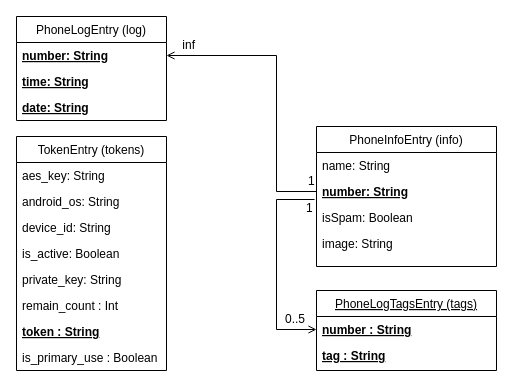
The draw.io diagram docs/db/db.drawio in kovinevmv/PhoneDetector, before the edit. Source tidied: cells renumbered, new cells numbered last; positions are measured from the earlier drawing's top-left corner, leaving out a move shared by most shapes. Both pictures are drawn from the tidied source at 100%, with x=0, y=0 at pixel (-84, -30).
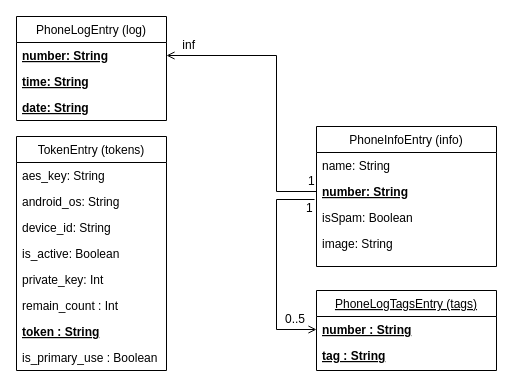
Above is the later version.

Commit message (it also covers changes not shown here):
fix: type of primary key

- Изменен тип primary key с String на Int

Diff of the diagram source:
```diff
@@
-    <mxCell id="25" value="private_key: String" style="text;align=left;verticalAlign=top;spacingLeft=4;spacingRight=4;overflow=hidden;rounded=0;shadow=0;html=0;" parent="1" vertex="1">
+    <mxCell id="25" value="private_key: Int" style="text;align=left;verticalAlign=top;spacingLeft=4;spacingRight=4;overflow=hidden;rounded=0;shadow=0;html=0;" parent="1" vertex="1">
       <mxGeometry x="100" y="296" width="150" height="26" as="geometry" />
     </mxCell>
```
